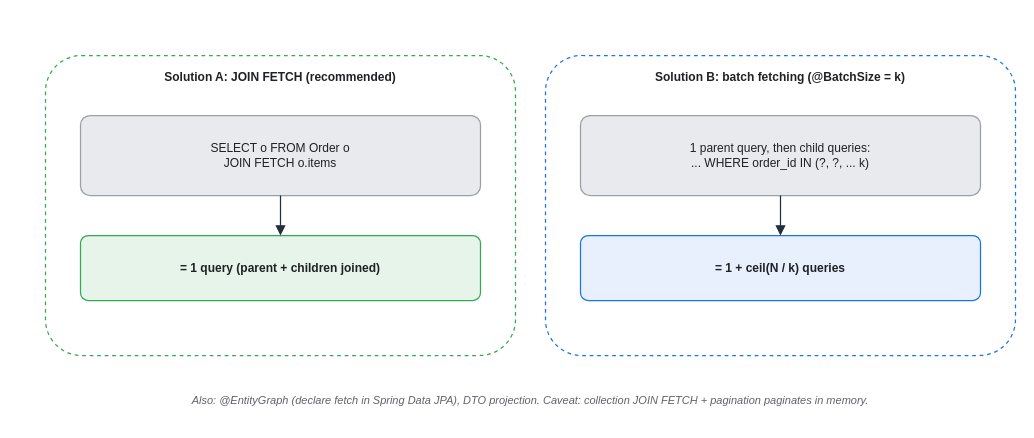
Before: assets/img/spring/spring-20-n-plus-1-fix.drawio in KKamJi98/kkamji98.github.io, a draw.io diagram. Source tidied: cells renumbered, new cells numbered last; positions are measured from the earlier drawing's top-left corner, leaving out a move shared by most shapes. Both pictures are drawn from the tidied source at 100%, with x=0, y=0 at pixel (45, 55).
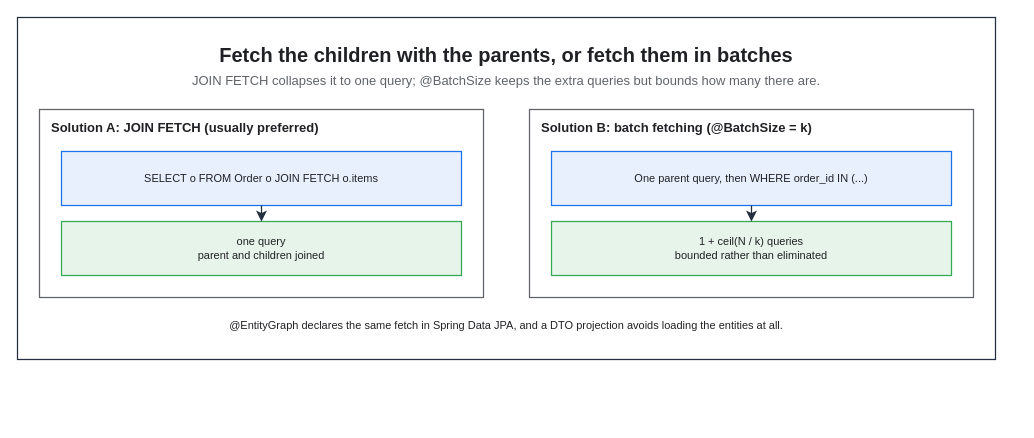
After the change.

The edit, as a diff of the source:
```diff
@@
 <mxGraphModel background="#FFFFFF">
   <root>
     <mxCell id="0" />
     <mxCell id="1" parent="0" />
-    <mxCell id="2" value="Solution A: JOIN FETCH (recommended)" style="rounded=1;whiteSpace=wrap;html=0;arcSize=12;shadow=0;fillColor=#FFFFFF;strokeColor=#34A853;fontColor=#202124;fontStyle=1;verticalAlign=top;align=center;dashed=1;spacingTop=8;strokeWidth=1.25;" parent="1" vertex="1">
-      <mxGeometry width="470" height="300" as="geometry" />
-    </mxCell>
+    <mxCell id="11" style="rounded=0;html=0;fillColor=none;strokeColor=#232F3E;fontColor=#202124;strokeWidth=1.25;" parent="1" vertex="1">
+      <mxGeometry x="-28" y="-38" width="978" height="342" as="geometry" />
+    </mxCell>
+    <mxCell id="12" value="Fetch the children with the parents, or fetch them in batches" style="text;html=0;whiteSpace=wrap;fillColor=none;strokeColor=none;fontColor=#202124;fontSize=20;fontStyle=1;align=center;verticalAlign=middle;" parent="1" vertex="1">
+      <mxGeometry x="-6" y="-16" width="934" height="30" as="geometry" />
+    </mxCell>
+    <mxCell id="13" value="JOIN FETCH collapses it to one query; @BatchSize keeps the extra queries but bounds how many there are." style="text;html=0;whiteSpace=wrap;fillColor=none;strokeColor=none;fontColor=#5F6368;fontSize=13;fontStyle=0;align=center;verticalAlign=middle;" parent="1" vertex="1">
+      <mxGeometry x="-6" y="14" width="934" height="22" as="geometry" />
+    </mxCell>
+    <mxCell id="14" value="Solution A: JOIN FETCH (usually preferred)" style="rounded=0;whiteSpace=wrap;html=0;fillColor=none;strokeColor=#5F6368;fontColor=#202124;fontSize=13;fontStyle=1;align=left;verticalAlign=top;spacingLeft=10;spacingTop=4;strokeWidth=1.25;dashed=0;" parent="1" vertex="1">
+      <mxGeometry x="-6" y="54" width="444" height="188" as="geometry" />
+    </mxCell>
+    <mxCell id="5" value="Solution B: batch fetching (@BatchSize = k)" style="rounded=0;whiteSpace=wrap;html=0;fillColor=none;strokeColor=#5F6368;fontColor=#202124;fontSize=13;fontStyle=1;align=left;verticalAlign=top;spacingLeft=10;spacingTop=4;strokeWidth=1.25;dashed=0;" parent="1" vertex="1">
+      <mxGeometry x="484" y="54" width="444" height="188" as="geometry" />
+    </mxCell>
-    <mxCell id="3" value="SELECT o FROM Order o&#10;JOIN FETCH o.items" style="rounded=1;whiteSpace=wrap;html=0;arcSize=12;shadow=0;fillColor=#E8EAED;strokeColor=#9AA0A6;fontColor=#202124;strokeWidth=1.25;" parent="1" vertex="1">
-      <mxGeometry x="35" y="60" width="400" height="80" as="geometry" />
+    <mxCell id="3" value="SELECT o FROM Order o JOIN FETCH o.items" style="rounded=0;whiteSpace=wrap;html=0;fillColor=#E8F0FE;strokeColor=#1A73E8;fontColor=#202124;fontSize=11;fontStyle=0;align=center;verticalAlign=middle;spacingLeft=6;spacingRight=6;strokeWidth=1.25;" parent="1" vertex="1">
+      <mxGeometry x="16" y="96" width="400" height="54" as="geometry" />
     </mxCell>
-    <mxCell id="4" value="= 1 query (parent + children joined)" style="rounded=1;whiteSpace=wrap;html=0;arcSize=12;shadow=0;fillColor=#E6F4EA;strokeColor=#34A853;fontColor=#202124;fontStyle=1;strokeWidth=1.25;" parent="1" vertex="1">
-      <mxGeometry x="35" y="180" width="400" height="65" as="geometry" />
+    <mxCell id="4" value="one query&#10;parent and children joined" style="rounded=0;whiteSpace=wrap;html=0;fillColor=#E6F4EA;strokeColor=#34A853;fontColor=#202124;fontSize=11;fontStyle=0;align=center;verticalAlign=middle;spacingLeft=6;spacingRight=6;strokeWidth=1.25;" parent="1" vertex="1">
+      <mxGeometry x="16" y="166" width="400" height="54" as="geometry" />
     </mxCell>
-    <mxCell id="5" value="Solution B: batch fetching (@BatchSize = k)" style="rounded=1;whiteSpace=wrap;html=0;arcSize=12;shadow=0;fillColor=#FFFFFF;strokeColor=#1A73E8;fontColor=#202124;fontStyle=1;verticalAlign=top;align=center;dashed=1;spacingTop=8;strokeWidth=1.25;" parent="1" vertex="1">
-      <mxGeometry x="500" width="470" height="300" as="geometry" />
-    </mxCell>
-    <mxCell id="6" value="1 parent query, then child queries:&#10;... WHERE order_id IN (?, ?, ... k)" style="rounded=1;whiteSpace=wrap;html=0;arcSize=12;shadow=0;fillColor=#E8EAED;strokeColor=#9AA0A6;fontColor=#202124;strokeWidth=1.25;" parent="1" vertex="1">
-      <mxGeometry x="535" y="60" width="400" height="80" as="geometry" />
+    <mxCell id="6" value="One parent query, then WHERE order_id IN (...)" style="rounded=0;whiteSpace=wrap;html=0;fillColor=#E8F0FE;strokeColor=#1A73E8;fontColor=#202124;fontSize=11;fontStyle=0;align=center;verticalAlign=middle;spacingLeft=6;spacingRight=6;strokeWidth=1.25;" parent="1" vertex="1">
+      <mxGeometry x="506" y="96" width="400" height="54" as="geometry" />
     </mxCell>
-    <mxCell id="7" value="= 1 + ceil(N / k) queries" style="rounded=1;whiteSpace=wrap;html=0;arcSize=12;shadow=0;fillColor=#E8F0FE;strokeColor=#1A73E8;fontColor=#202124;fontStyle=1;strokeWidth=1.25;" parent="1" vertex="1">
-      <mxGeometry x="535" y="180" width="400" height="65" as="geometry" />
+    <mxCell id="7" value="1 + ceil(N / k) queries&#10;bounded rather than eliminated" style="rounded=0;whiteSpace=wrap;html=0;fillColor=#E6F4EA;strokeColor=#34A853;fontColor=#202124;fontSize=11;fontStyle=0;align=center;verticalAlign=middle;spacingLeft=6;spacingRight=6;strokeWidth=1.25;" parent="1" vertex="1">
+      <mxGeometry x="506" y="166" width="400" height="54" as="geometry" />
     </mxCell>
-    <mxCell id="8" value="Also: @EntityGraph (declare fetch in Spring Data JPA), DTO projection. Caveat: collection JOIN FETCH + pagination paginates in memory." style="text;html=0;align=center;verticalAlign=middle;whiteSpace=wrap;fontSize=11;fontColor=#5F6368;fontStyle=2;" parent="1" vertex="1">
-      <mxGeometry y="325" width="970" height="40" as="geometry" />
-    </mxCell>
+    <mxCell id="15" value="@EntityGraph declares the same fetch in Spring Data JPA, and a DTO projection avoids loading the entities at all." style="text;html=0;whiteSpace=wrap;fillColor=none;strokeColor=none;fontColor=#202124;fontSize=11;fontStyle=0;align=center;verticalAlign=middle;" parent="1" vertex="1">
+      <mxGeometry x="16" y="258" width="890" height="24" as="geometry" />
+    </mxCell>
-    <mxCell id="9" style="edgeStyle=orthogonalEdgeStyle;rounded=1;html=0;endArrow=block;strokeColor=#232F3E;strokeWidth=1.25;endSize=7;fontColor=#202124;" parent="1" edge="1" source="3" target="4">
+    <mxCell id="9" style="edgeStyle=orthogonalEdgeStyle;rounded=0;html=0;strokeColor=#232F3E;strokeWidth=1.25;endArrow=classic;endFill=1;endSize=7;fontSize=11;fontColor=#202124;labelBackgroundColor=none;jettySize=14;exitX=0.5;exitY=1;entryX=0.5;entryY=0;exitDx=0;exitDy=0;entryDx=0;entryDy=0;" parent="1" edge="1" source="3" target="4">
       <mxGeometry relative="1" as="geometry" />
     </mxCell>
-    <mxCell id="10" style="edgeStyle=orthogonalEdgeStyle;rounded=1;html=0;endArrow=block;strokeColor=#232F3E;strokeWidth=1.25;endSize=7;fontColor=#202124;" parent="1" edge="1" source="6" target="7">
+    <mxCell id="10" style="edgeStyle=orthogonalEdgeStyle;rounded=0;html=0;strokeColor=#232F3E;strokeWidth=1.25;endArrow=classic;endFill=1;endSize=7;fontSize=11;fontColor=#202124;labelBackgroundColor=none;jettySize=14;exitX=0.5;exitY=1;entryX=0.5;entryY=0;exitDx=0;exitDy=0;entryDx=0;entryDy=0;" parent="1" edge="1" source="6" target="7">
       <mxGeometry relative="1" as="geometry" />
     </mxCell>
   </root>
 </mxGraphModel>
```
